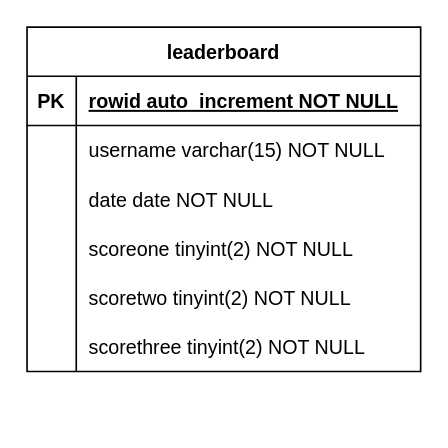
Before: evidence/databasePlanning/databasePlanning.drawio in hdert/python-dungeons, a draw.io diagram. Source tidied: cells renumbered, new cells numbered last; positions are measured from the earlier drawing's top-left corner, leaving out a move shared by most shapes. Both pictures are drawn from the tidied source at 164%, with x=0, y=0 at pixel (26, 26).
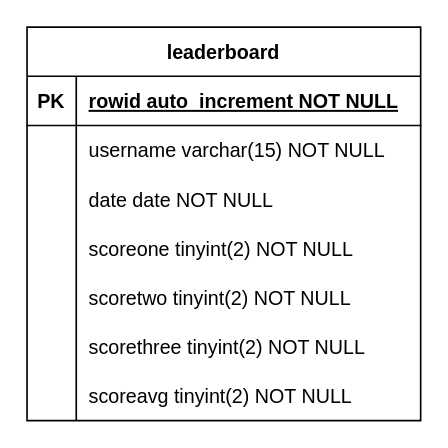
Above is the later version.

Commit message:
update database planning diagram

Diff of the diagram source:
```diff
@@
     <mxCell id="2" value="leaderboard" style="shape=table;startSize=30;childLayout=tableLayout;rowLines=0;fontStyle=1;align=center;" parent="1" vertex="1">
-      <mxGeometry width="240" height="210" as="geometry" />
+      <mxGeometry width="240" height="240" as="geometry" />
     </mxCell>
@@
+    <mxCell id="21" style="shape=partialRectangle;fillColor=none;top=0;left=0;bottom=0;right=0;" parent="2" vertex="1">
+      <mxGeometry y="210" width="240" height="30" as="geometry" />
+    </mxCell>
+    <mxCell id="22" style="shape=partialRectangle;fillColor=none;top=0;left=0;bottom=0;right=0;overflow=hidden;" parent="21" vertex="1">
+      <mxGeometry width="30" height="30" as="geometry" />
+    </mxCell>
+    <mxCell id="23" value="scoreavg tinyint(2) NOT NULL" style="shape=partialRectangle;fillColor=none;top=0;left=0;bottom=0;right=0;align=left;spacingLeft=6;overflow=hidden;" parent="21" vertex="1">
+      <mxGeometry x="30" width="210" height="30" as="geometry" />
+    </mxCell>
```
